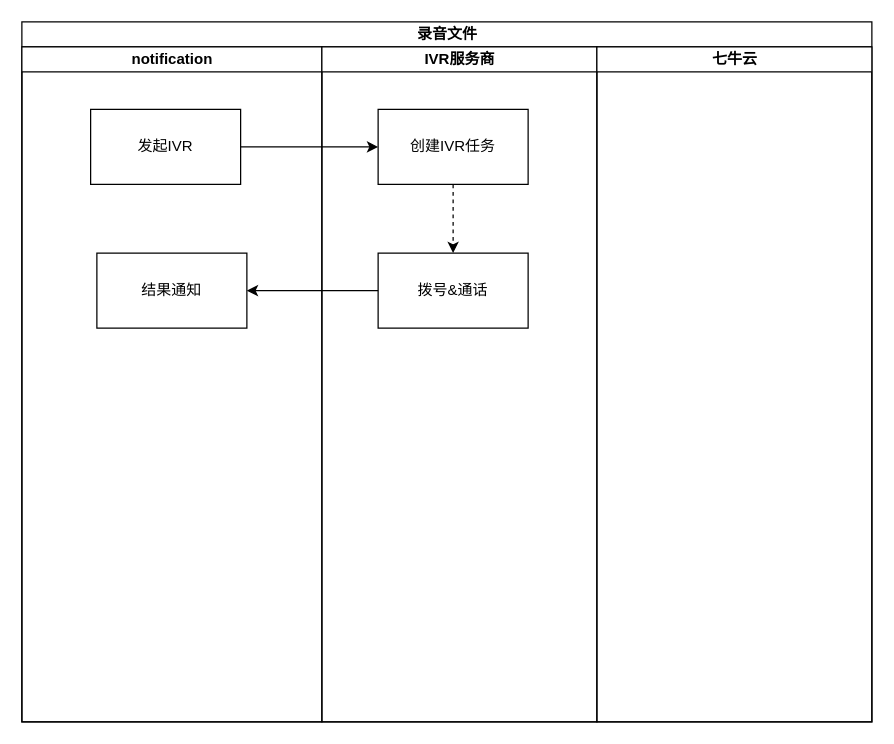
This is notif-录音文件下载.drawio from ABIN-DS/flowchart, a draw.io file, before an edit. Source tidied: cells renumbered, new cells numbered last; positions are measured from the earlier drawing's top-left corner, leaving out a move shared by most shapes. Both pictures are drawn from the tidied source at 125%, with x=0, y=0 at pixel (21, 21).
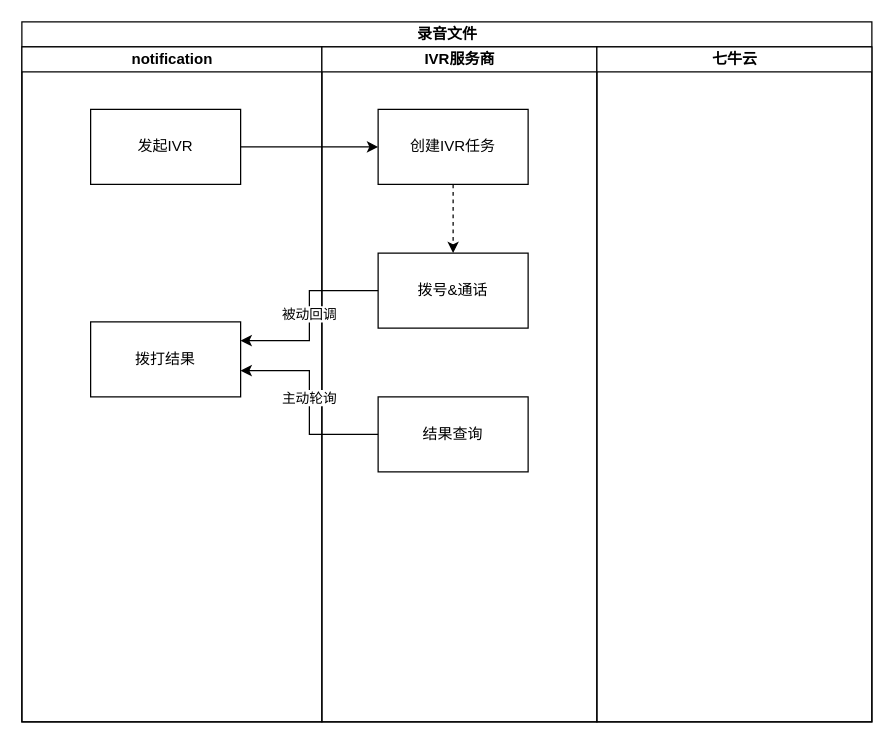
Above is the later version.

Commit message (it also covers changes not shown here):
更新notif-录音文件下载.drawio

Diff of the diagram source:
```diff
@@
 <mxGraphModel>
   <root>
     <mxCell id="0" />
     <mxCell id="1" parent="0" />
     <mxCell id="2" value="录音文件" style="swimlane;startSize=20;html=1;" parent="1" vertex="1">
       <mxGeometry width="680" height="560" as="geometry" />
     </mxCell>
     <mxCell id="3" value="notification" style="swimlane;startSize=20;html=1;" parent="2" vertex="1">
       <mxGeometry y="20" width="240" height="540" as="geometry" />
     </mxCell>
     <mxCell id="4" value="发起IVR" style="rounded=0;whiteSpace=wrap;html=1;" parent="3" vertex="1">
       <mxGeometry x="55" y="50" width="120" height="60" as="geometry" />
     </mxCell>
-    <mxCell id="5" value="结果通知" style="rounded=0;whiteSpace=wrap;html=1;" parent="3" vertex="1">
-      <mxGeometry x="60" y="165" width="120" height="60" as="geometry" />
+    <mxCell id="5" value="拨打结果" style="rounded=0;whiteSpace=wrap;html=1;" parent="3" vertex="1">
+      <mxGeometry x="55" y="220" width="120" height="60" as="geometry" />
     </mxCell>
     <mxCell id="6" value="IVR服务商" style="swimlane;startSize=20;html=1;" parent="2" vertex="1">
       <mxGeometry x="240" y="20" width="220" height="540" as="geometry" />
     </mxCell>
     <mxCell id="7" style="edgeStyle=orthogonalEdgeStyle;rounded=0;jettySize=auto;html=1;dashed=1;" parent="6" edge="1" source="8" target="9">
       <mxGeometry relative="1" as="geometry" />
     </mxCell>
     <mxCell id="8" value="创建IVR任务" style="rounded=0;whiteSpace=wrap;html=1;" parent="6" vertex="1">
       <mxGeometry x="45" y="50" width="120" height="60" as="geometry" />
     </mxCell>
     <mxCell id="9" value="拨号&amp;amp;通话" style="rounded=0;whiteSpace=wrap;html=1;" parent="6" vertex="1">
       <mxGeometry x="45" y="165" width="120" height="60" as="geometry" />
     </mxCell>
+    <mxCell id="13" value="结果查询" style="rounded=0;whiteSpace=wrap;html=1;" parent="6" vertex="1">
+      <mxGeometry x="45" y="280" width="120" height="60" as="geometry" />
+    </mxCell>
     <mxCell id="10" value="七牛云" style="swimlane;startSize=20;html=1;" parent="2" vertex="1">
       <mxGeometry x="460" y="20" width="220" height="540" as="geometry" />
     </mxCell>
     <mxCell id="11" style="edgeStyle=orthogonalEdgeStyle;rounded=0;jettySize=auto;html=1;" parent="2" edge="1" source="4" target="8">
       <mxGeometry relative="1" as="geometry" />
     </mxCell>
-    <mxCell id="12" style="edgeStyle=orthogonalEdgeStyle;rounded=0;jettySize=auto;html=1;" parent="2" edge="1" source="9" target="5">
+    <mxCell id="12" style="edgeStyle=orthogonalEdgeStyle;rounded=0;jettySize=auto;html=1;entryX=1;entryY=0.25;entryDx=0;entryDy=0;" parent="2" edge="1" source="9" target="5">
       <mxGeometry relative="1" as="geometry" />
     </mxCell>
+    <mxCell id="14" value="被动回调" style="edgeLabel;html=1;align=center;verticalAlign=middle;" parent="12" vertex="1">
+      <mxGeometry x="-0.03" y="-1" relative="1" as="geometry" />
+    </mxCell>
+    <mxCell id="15" style="edgeStyle=orthogonalEdgeStyle;rounded=0;jettySize=auto;html=1;entryX=1;entryY=0.65;entryDx=0;entryDy=0;entryPerimeter=0;" parent="2" edge="1" source="13" target="5">
+      <mxGeometry relative="1" as="geometry" />
+    </mxCell>
+    <mxCell id="16" value="主动轮询" style="edgeLabel;html=1;align=center;verticalAlign=middle;" parent="15" vertex="1">
+      <mxGeometry x="0.06" y="1" relative="1" as="geometry" />
+    </mxCell>
   </root>
 </mxGraphModel>
```
